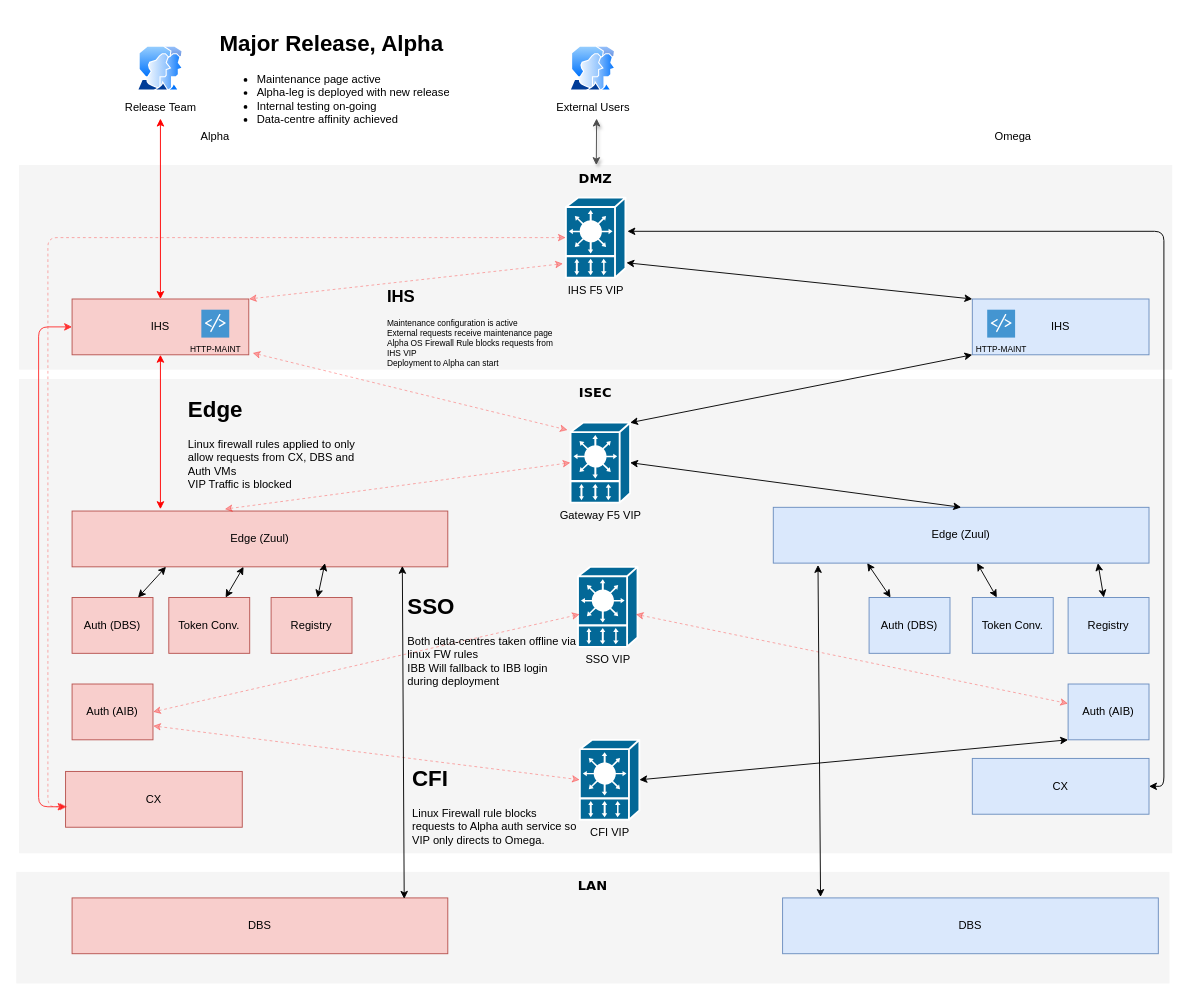
Earlier version of the draw.io diagram src/main/resources/topology-major-release.drawio (hughrossdublin/cardsproxy). Source tidied: cells renumbered, new cells numbered last; positions are measured from the earlier drawing's top-left corner, leaving out a move shared by most shapes. Both pictures are drawn from the tidied source at 93%, with x=0, y=0 at pixel (16, 25).
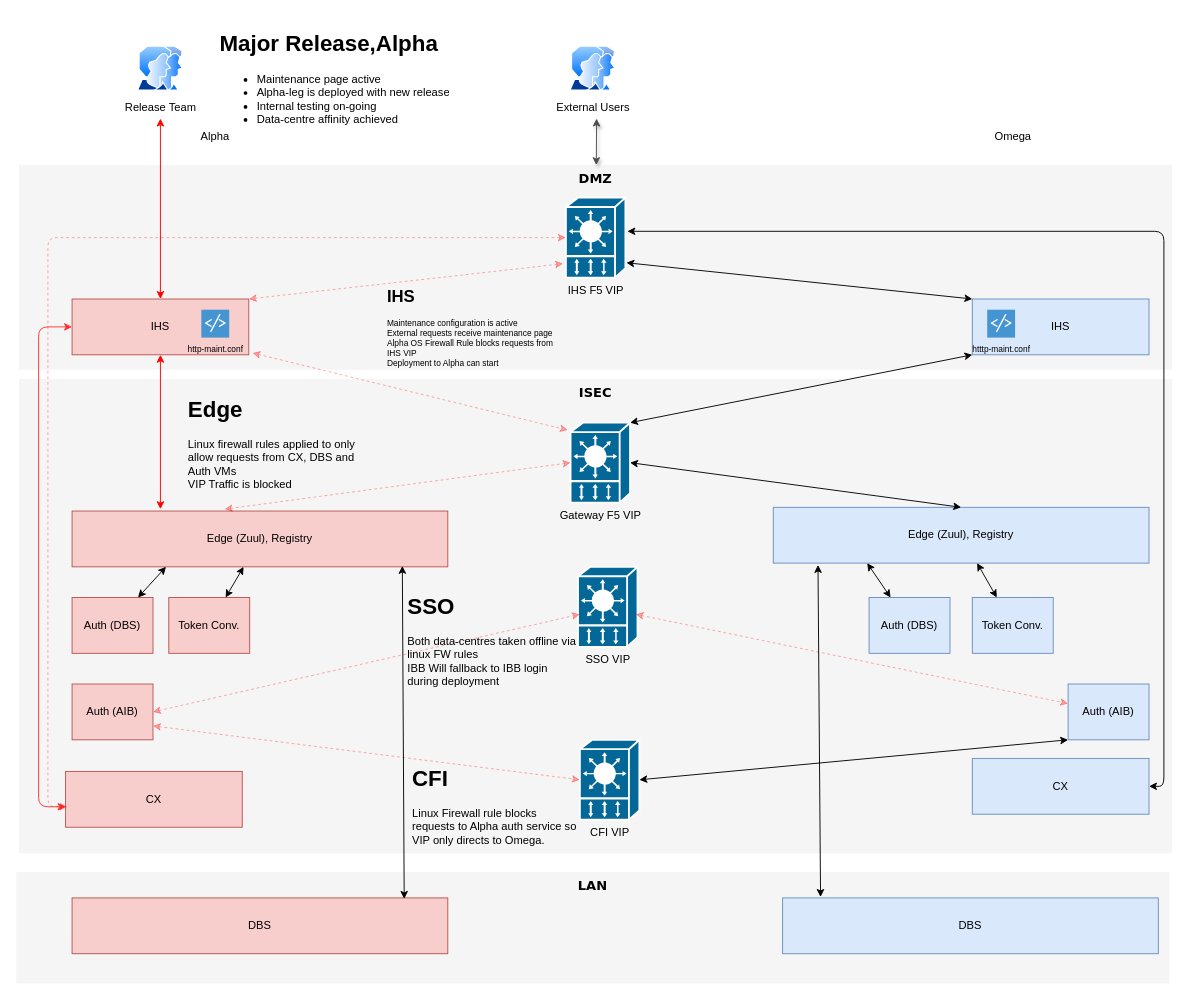
The same page after the edit.

What changed in the source:
```diff
@@
-    <mxCell id="9" value="Edge (Zuul)" style="rounded=0;whiteSpace=wrap;html=1;strokeColor=#b85450;fillColor=#f8cecc;" parent="1" vertex="1">
+    <mxCell id="9" value="Edge (Zuul), Registry" style="rounded=0;whiteSpace=wrap;html=1;strokeColor=#b85450;fillColor=#f8cecc;" parent="1" vertex="1">
       <mxGeometry x="60" y="522" width="404" height="60" as="geometry" />
     </mxCell>
-    <mxCell id="10" value="Edge (Zuul)" style="rounded=0;whiteSpace=wrap;html=1;strokeColor=#6c8ebf;fillColor=#dae8fc;" parent="1" vertex="1">
+    <mxCell id="10" value="Edge (Zuul), Registry" style="rounded=0;whiteSpace=wrap;html=1;strokeColor=#6c8ebf;fillColor=#dae8fc;" parent="1" vertex="1">
       <mxGeometry x="814" y="518" width="404" height="60" as="geometry" />
     </mxCell>
@@
-    <mxCell id="24" value="Registry" style="rounded=0;whiteSpace=wrap;html=1;fillColor=#f8cecc;strokeColor=#b85450;" parent="1" vertex="1">
-      <mxGeometry x="274" y="615" width="87" height="60" as="geometry" />
-    </mxCell>
-    <mxCell id="25" value="Registry" style="rounded=0;whiteSpace=wrap;html=1;strokeColor=#6c8ebf;fillColor=#dae8fc;" parent="1" vertex="1">
-      <mxGeometry x="1131" y="615" width="87" height="60" as="geometry" />
-    </mxCell>
@@
-    <mxCell id="27" style="endArrow=classic;startArrow=classic;html=1;entryX=0.673;entryY=0.933;entryDx=0;entryDy=0;entryPerimeter=0;" parent="1" edge="1" source="24" target="9">
-      <mxGeometry relative="1" as="geometry" />
-    </mxCell>
@@
-    <mxCell id="30" style="endArrow=classic;startArrow=classic;html=1;entryX=0.864;entryY=1;entryDx=0;entryDy=0;entryPerimeter=0;" parent="1" edge="1" source="25" target="10">
-      <mxGeometry relative="1" as="geometry" />
-    </mxCell>
@@
-    <mxCell id="45" value="&lt;h1&gt;&lt;span&gt;Major Release, Alpha&lt;/span&gt;&lt;br&gt;&lt;/h1&gt;&lt;div&gt;&lt;ul&gt;&lt;li&gt;Maintenance page active&lt;/li&gt;&lt;li&gt;Alpha-leg is deployed with new release&lt;/li&gt;&lt;li&gt;Internal testing on-going&lt;/li&gt;&lt;li&gt;Data-centre affinity achieved&lt;/li&gt;&lt;/ul&gt;&lt;/div&gt;" style="text;html=1;strokeColor=none;fillColor=none;spacing=5;spacingTop=-20;whiteSpace=wrap;overflow=hidden;rounded=0;" parent="1" vertex="1">
+    <mxCell id="45" value="&lt;h1&gt;&lt;span&gt;Major Release,Alpha&lt;/span&gt;&lt;br&gt;&lt;/h1&gt;&lt;div&gt;&lt;ul&gt;&lt;li&gt;Maintenance page active&lt;/li&gt;&lt;li&gt;Alpha-leg is deployed with new release&lt;/li&gt;&lt;li&gt;Internal testing on-going&lt;/li&gt;&lt;li&gt;Data-centre affinity achieved&lt;/li&gt;&lt;/ul&gt;&lt;/div&gt;" style="text;html=1;strokeColor=none;fillColor=none;spacing=5;spacingTop=-20;whiteSpace=wrap;overflow=hidden;rounded=0;" parent="1" vertex="1">
       <mxGeometry x="214" width="300" height="120" as="geometry" />
     </mxCell>
@@
-    <mxCell id="55" value="HTTP-MAINT" style="shadow=0;dashed=0;html=1;strokeColor=none;fillColor=#4495D1;labelPosition=center;verticalLabelPosition=bottom;verticalAlign=top;align=center;shape=mxgraph.veeam.script;fontSize=9;" parent="1" vertex="1">
+    <mxCell id="55" value="htttp-maint.conf" style="shadow=0;dashed=0;html=1;strokeColor=none;fillColor=#4495D1;labelPosition=center;verticalLabelPosition=bottom;verticalAlign=top;align=center;shape=mxgraph.veeam.script;fontSize=9;" parent="1" vertex="1">
       <mxGeometry x="1044" y="305.5" width="30" height="30" as="geometry" />
     </mxCell>
-    <mxCell id="56" value="HTTP-MAINT" style="shadow=0;dashed=0;html=1;strokeColor=none;fillColor=#4495D1;labelPosition=center;verticalLabelPosition=bottom;verticalAlign=top;align=center;shape=mxgraph.veeam.script;fontSize=9;" parent="1" vertex="1">
+    <mxCell id="56" value="http-maint.conf" style="shadow=0;dashed=0;html=1;strokeColor=none;fillColor=#4495D1;labelPosition=center;verticalLabelPosition=bottom;verticalAlign=top;align=center;shape=mxgraph.veeam.script;fontSize=9;" parent="1" vertex="1">
       <mxGeometry x="199" y="305.5" width="30" height="30" as="geometry" />
     </mxCell>
```
